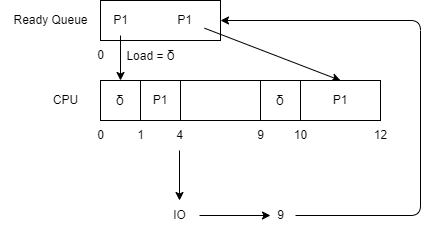
Before: img/process_lifecycle_question.drawio.png, a diagram exported from draw.io (djzzlim/Operating-System). Source tidied: cells renumbered, new cells last; positions are measured from the earlier drawing's top-left corner, leaving out a move shared by most shapes.
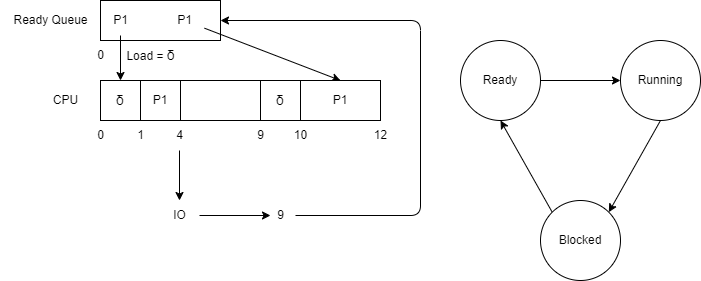
Later version of the same file.

The edit, as a diff of the source:
```diff
@@ -86,5 +86,23 @@
     <mxCell id="26" value="P1" style="text;html=1;align=center;verticalAlign=middle;points=[];strokeColor=none;fillColor=none;fontColor=#000000;" parent="1" vertex="1">
       <mxGeometry x="164" y="5" width="40" height="30" as="geometry" />
     </mxCell>
+    <mxCell id="27" style="edgeStyle=none;html=1;exitX=1;exitY=0.5;exitDx=0;exitDy=0;" parent="1" edge="1" source="28" target="30">
+      <mxGeometry relative="1" as="geometry" />
+    </mxCell>
+    <mxCell id="28" value="Ready" style="ellipse;whiteSpace=wrap;html=1;" parent="1" vertex="1">
+      <mxGeometry x="460" y="40" width="80" height="80" as="geometry" />
+    </mxCell>
+    <mxCell id="29" style="edgeStyle=none;html=1;exitX=0.5;exitY=1;exitDx=0;exitDy=0;entryX=1;entryY=0;entryDx=0;entryDy=0;" parent="1" edge="1" source="30" target="32">
+      <mxGeometry relative="1" as="geometry" />
+    </mxCell>
+    <mxCell id="30" value="Running" style="ellipse;whiteSpace=wrap;html=1;" parent="1" vertex="1">
+      <mxGeometry x="620" y="40" width="80" height="80" as="geometry" />
+    </mxCell>
+    <mxCell id="31" style="edgeStyle=none;html=1;exitX=0;exitY=0;exitDx=0;exitDy=0;entryX=0.5;entryY=1;entryDx=0;entryDy=0;" parent="1" edge="1" source="32" target="28">
+      <mxGeometry relative="1" as="geometry" />
+    </mxCell>
+    <mxCell id="32" value="Blocked" style="ellipse;whiteSpace=wrap;html=1;" parent="1" vertex="1">
+      <mxGeometry x="540" y="200" width="80" height="80" as="geometry" />
+    </mxCell>
   </root>
 </mxGraphModel>
```
